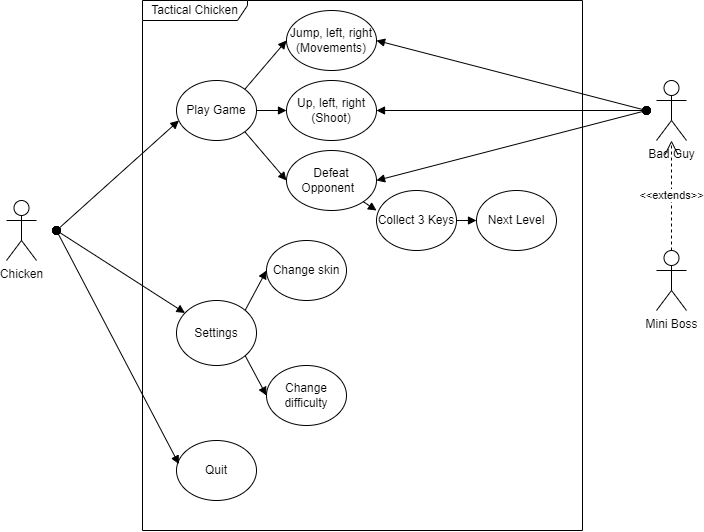
This is Lab5UseCaseDiagram.drawio.png from BillQuain/Tactical_Chicken, a draw.io export, as it was before one commit. Source tidied: cells renumbered, new cells last; positions are measured from the earlier drawing's top-left corner, leaving out a move shared by most shapes.
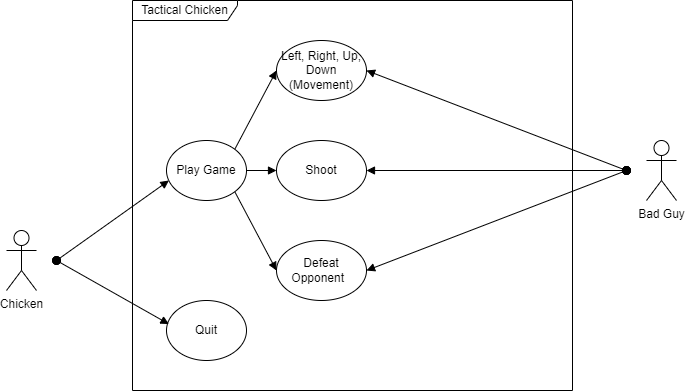
Later version of the same file.

The edit, as a diff of the source:
```diff
@@ -3,62 +3,42 @@
     <mxCell id="0" />
     <mxCell id="1" parent="0" />
     <mxCell id="2" value="Chicken" style="shape=umlActor;verticalLabelPosition=bottom;verticalAlign=top;html=1;" parent="1" vertex="1">
-      <mxGeometry y="200" width="30" height="60" as="geometry" />
+      <mxGeometry x="10" y="230" width="30" height="60" as="geometry" />
     </mxCell>
     <mxCell id="3" value="Tactical Chicken" style="shape=umlFrame;whiteSpace=wrap;html=1;width=105;height=20;" parent="1" vertex="1">
-      <mxGeometry x="136" width="440" height="530" as="geometry" />
+      <mxGeometry x="136" width="440" height="390" as="geometry" />
     </mxCell>
     <mxCell id="4" value="Bad Guy" style="shape=umlActor;verticalLabelPosition=bottom;verticalAlign=top;html=1;" parent="1" vertex="1">
-      <mxGeometry x="650" y="80" width="30" height="60" as="geometry" />
+      <mxGeometry x="650" y="140" width="30" height="60" as="geometry" />
     </mxCell>
     <mxCell id="5" value="Play Game" style="ellipse;whiteSpace=wrap;html=1;" parent="1" vertex="1">
-      <mxGeometry x="170" y="80" width="80" height="60" as="geometry" />
+      <mxGeometry x="170" y="140" width="80" height="60" as="geometry" />
     </mxCell>
-    <mxCell id="6" value="Settings" style="ellipse;whiteSpace=wrap;html=1;" parent="1" vertex="1">
-      <mxGeometry x="170" y="300" width="80" height="65" as="geometry" />
-    </mxCell>
     <mxCell id="7" value="Quit" style="ellipse;whiteSpace=wrap;html=1;" parent="1" vertex="1">
-      <mxGeometry x="170" y="440" width="80" height="60" as="geometry" />
+      <mxGeometry x="170" y="300" width="80" height="60" as="geometry" />
     </mxCell>
     <mxCell id="8" style="html=1;verticalAlign=bottom;startArrow=oval;startFill=1;endArrow=block;startSize=8;rounded=0;entryX=0.03;entryY=0.667;entryDx=0;entryDy=0;entryPerimeter=0;" parent="1" edge="1" target="5">
       <mxGeometry relative="1" as="geometry">
-        <mxPoint x="50" y="230" as="sourcePoint" />
+        <mxPoint x="60" y="260" as="sourcePoint" />
       </mxGeometry>
     </mxCell>
-    <mxCell id="9" style="html=1;verticalAlign=bottom;startArrow=oval;startFill=1;endArrow=block;startSize=8;rounded=0;" parent="1" edge="1" target="6">
-      <mxGeometry relative="1" as="geometry">
-        <mxPoint x="50" y="230" as="sourcePoint" />
-      </mxGeometry>
-    </mxCell>
     <mxCell id="10" style="html=1;verticalAlign=bottom;startArrow=oval;startFill=1;endArrow=block;startSize=8;rounded=0;entryX=0.03;entryY=0.393;entryDx=0;entryDy=0;entryPerimeter=0;" parent="1" edge="1" target="7">
       <mxGeometry relative="1" as="geometry">
-        <mxPoint x="50" y="230" as="sourcePoint" />
+        <mxPoint x="60" y="260" as="sourcePoint" />
       </mxGeometry>
     </mxCell>
-    <mxCell id="11" value="Change skin" style="ellipse;whiteSpace=wrap;html=1;" parent="1" vertex="1">
-      <mxGeometry x="260" y="240" width="80" height="60" as="geometry" />
-    </mxCell>
-    <mxCell id="12" value="Change difficulty" style="ellipse;whiteSpace=wrap;html=1;" parent="1" vertex="1">
-      <mxGeometry x="260" y="365" width="80" height="60" as="geometry" />
-    </mxCell>
-    <mxCell id="13" style="html=1;verticalAlign=bottom;endArrow=block;rounded=0;exitX=1;exitY=0;exitDx=0;exitDy=0;entryX=0;entryY=0.5;entryDx=0;entryDy=0;" parent="1" edge="1" source="6" target="11">
-      <mxGeometry relative="1" as="geometry" />
-    </mxCell>
-    <mxCell id="14" style="html=1;verticalAlign=bottom;endArrow=block;rounded=0;exitX=1;exitY=1;exitDx=0;exitDy=0;entryX=0;entryY=0.5;entryDx=0;entryDy=0;" parent="1" edge="1" source="6" target="12">
-      <mxGeometry relative="1" as="geometry" />
-    </mxCell>
-    <mxCell id="15" value="Jump, left, right (Movements)" style="ellipse;whiteSpace=wrap;html=1;" parent="1" vertex="1">
-      <mxGeometry x="280" y="10" width="90" height="60" as="geometry" />
+    <mxCell id="15" value="Left, Right, Up, Down&lt;br&gt;(Movement)" style="ellipse;whiteSpace=wrap;html=1;" parent="1" vertex="1">
+      <mxGeometry x="280" y="40" width="90" height="60" as="geometry" />
     </mxCell>
-    <mxCell id="16" value="Up, left, right (Shoot)" style="ellipse;whiteSpace=wrap;html=1;" parent="1" vertex="1">
-      <mxGeometry x="280" y="80" width="90" height="60" as="geometry" />
+    <mxCell id="16" value="Shoot" style="ellipse;whiteSpace=wrap;html=1;" parent="1" vertex="1">
+      <mxGeometry x="280" y="140" width="90" height="60" as="geometry" />
     </mxCell>
     <mxCell id="17" value="Defeat Opponent&amp;nbsp;&amp;nbsp;" style="ellipse;whiteSpace=wrap;html=1;" parent="1" vertex="1">
-      <mxGeometry x="280" y="150" width="90" height="60" as="geometry" />
+      <mxGeometry x="280" y="240" width="90" height="60" as="geometry" />
     </mxCell>
     <mxCell id="18" style="html=1;verticalAlign=bottom;startArrow=oval;startFill=1;endArrow=block;startSize=8;rounded=0;entryX=1;entryY=0.5;entryDx=0;entryDy=0;" parent="1" edge="1" target="17">
       <mxGeometry relative="1" as="geometry">
-        <mxPoint x="640" y="110" as="sourcePoint" />
+        <mxPoint x="630" y="170" as="sourcePoint" />
       </mxGeometry>
     </mxCell>
     <mxCell id="19" style="html=1;verticalAlign=bottom;endArrow=block;rounded=0;exitX=1;exitY=0;exitDx=0;exitDy=0;entryX=0;entryY=0.5;entryDx=0;entryDy=0;" parent="1" edge="1" source="5" target="15">
@@ -72,32 +52,12 @@
     </mxCell>
     <mxCell id="22" style="html=1;verticalAlign=bottom;startArrow=oval;startFill=1;endArrow=block;startSize=8;rounded=0;entryX=1;entryY=0.5;entryDx=0;entryDy=0;" parent="1" edge="1" target="15">
       <mxGeometry relative="1" as="geometry">
-        <mxPoint x="640" y="110" as="sourcePoint" />
+        <mxPoint x="630" y="170" as="sourcePoint" />
       </mxGeometry>
     </mxCell>
-    <mxCell id="23" value="Collect 3 Keys" style="ellipse;whiteSpace=wrap;html=1;" parent="1" vertex="1">
-      <mxGeometry x="370" y="190" width="80" height="60" as="geometry" />
-    </mxCell>
-    <mxCell id="24" value="Mini Boss" style="shape=umlActor;verticalLabelPosition=bottom;verticalAlign=top;html=1;" parent="1" vertex="1">
-      <mxGeometry x="650" y="250" width="30" height="60" as="geometry" />
-    </mxCell>
-    <mxCell id="25" value="&amp;lt;&amp;lt;extends&amp;gt;&amp;gt;" style="endArrow=open;endSize=12;dashed=1;html=1;rounded=0;exitX=0.5;exitY=0;exitDx=0;exitDy=0;exitPerimeter=0;" parent="1" edge="1" source="24" target="4">
-      <mxGeometry relative="1" as="geometry" />
-    </mxCell>
-    <mxCell id="26" value="Next Level" style="ellipse;whiteSpace=wrap;html=1;" parent="1" vertex="1">
-      <mxGeometry x="470" y="190" width="80" height="60" as="geometry" />
-    </mxCell>
-    <mxCell id="27" style="html=1;verticalAlign=bottom;endArrow=block;rounded=0;exitX=1;exitY=1;exitDx=0;exitDy=0;" parent="1" edge="1" source="17">
-      <mxGeometry relative="1" as="geometry">
-        <mxPoint x="370" y="210" as="targetPoint" />
-      </mxGeometry>
-    </mxCell>
-    <mxCell id="28" style="html=1;verticalAlign=bottom;endArrow=block;rounded=0;exitX=1;exitY=0.5;exitDx=0;exitDy=0;entryX=0;entryY=0.5;entryDx=0;entryDy=0;" parent="1" edge="1" source="23" target="26">
-      <mxGeometry relative="1" as="geometry" />
-    </mxCell>
     <mxCell id="29" style="html=1;verticalAlign=bottom;startArrow=oval;startFill=1;endArrow=block;startSize=8;rounded=0;entryX=1;entryY=0.5;entryDx=0;entryDy=0;" parent="1" edge="1" target="16">
       <mxGeometry relative="1" as="geometry">
-        <mxPoint x="640" y="110" as="sourcePoint" />
+        <mxPoint x="630" y="170" as="sourcePoint" />
       </mxGeometry>
     </mxCell>
   </root>
```
